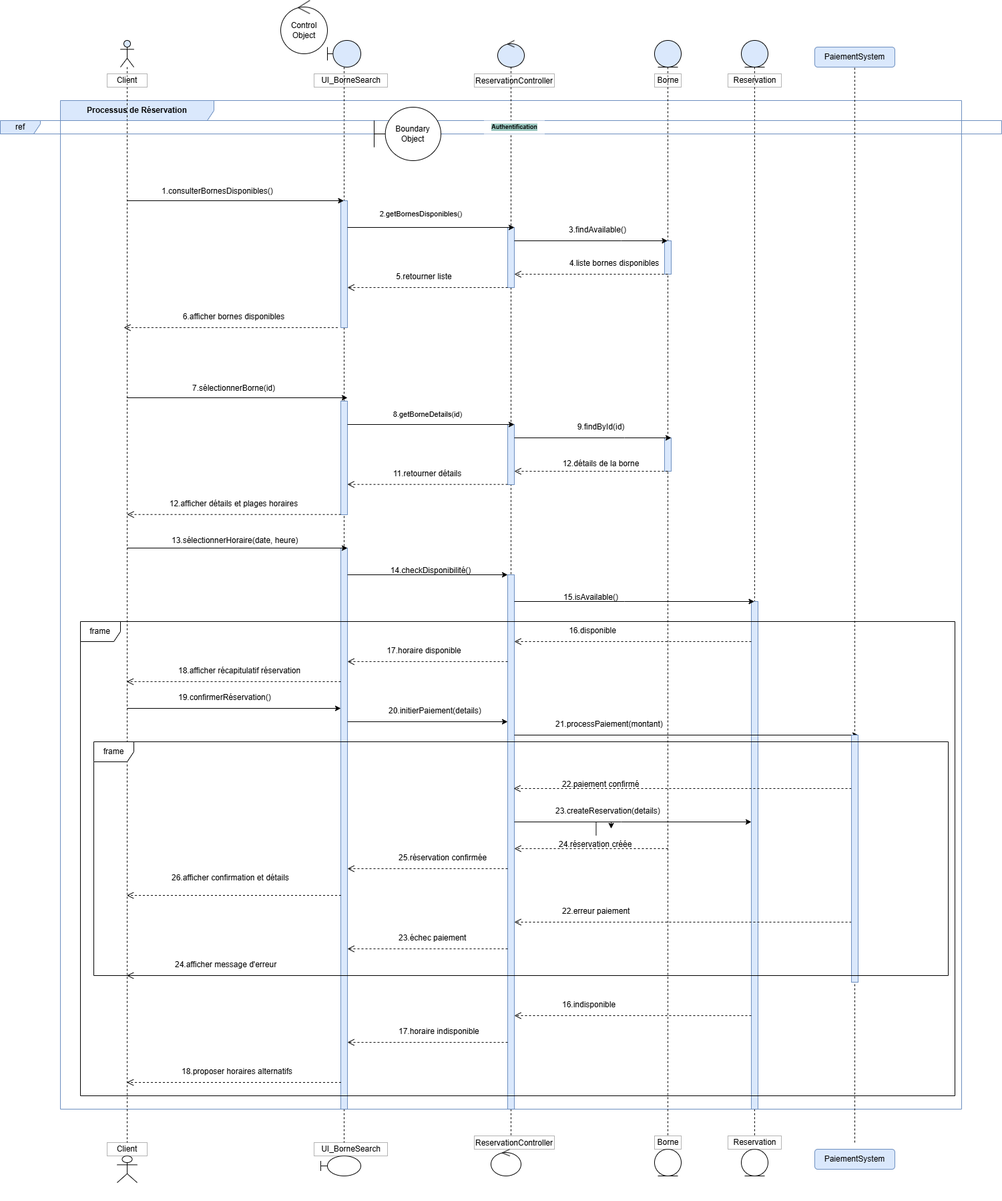
The draw.io diagram Diag seq reservation borne.drawio.png in achreffakraoui/Projet-uml, before a commit. Source tidied: cells renumbered, new cells last; positions are measured from the earlier drawing's top-left corner, leaving out a move shared by most shapes.
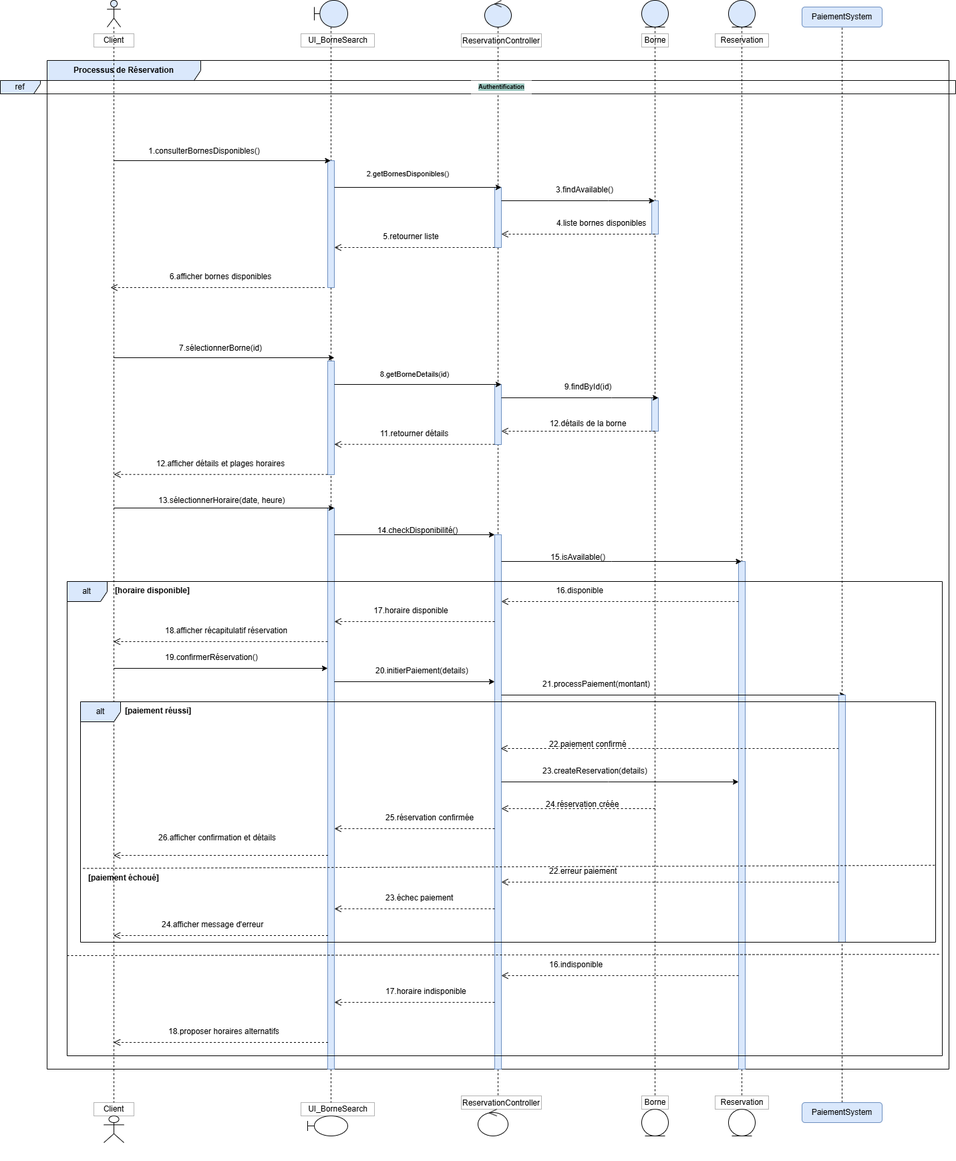
After the commit.

Commit message:
Mettre à jour Diag seq reservation borne.drawio.png

Diff of the diagram source:
```diff
@@ -2,7 +2,7 @@
   <root>
     <mxCell id="0" />
     <mxCell id="1" parent="0" />
-    <mxCell id="2" value="&lt;p&gt;&lt;b&gt;Processus de Réservation&lt;/b&gt;&lt;/p&gt;" style="shape=umlFrame;whiteSpace=wrap;html=1;fillColor=#dae8fc;strokeColor=#6c8ebf;width=230;height=30;" parent="1" vertex="1">
+    <mxCell id="2" value="&lt;p&gt;&lt;b&gt;Processus de Réservation&lt;/b&gt;&lt;/p&gt;" style="shape=umlFrame;whiteSpace=wrap;html=1;fillColor=#dae8fc;strokeColor=light-dark(#050505, #5c79a3);width=230;height=30;" parent="1" vertex="1">
       <mxGeometry x="90" y="150" width="1350" height="1510" as="geometry" />
     </mxCell>
     <mxCell id="3" style="shape=umlLifeline;perimeter=lifelinePerimeter;whiteSpace=wrap;html=1;outlineConnect=0;portConstraint=eastwest;newEdgeStyle={&quot;curved&quot;:0,&quot;rounded&quot;:0};participant=umlActor;fillColor=#dae8fc;strokeColor=default;" parent="1" vertex="1">
@@ -65,8 +65,8 @@
     <mxCell id="22" value="PaiementSystem" style="rounded=1;whiteSpace=wrap;fillColor=#dae8fc;strokeColor=#6c8ebf;" parent="1" vertex="1">
       <mxGeometry x="1220" y="70" width="120" height="30" as="geometry" />
     </mxCell>
-    <mxCell id="23" value="ref" style="shape=umlFrame;whiteSpace=wrap;html=1;fillColor=#dae8fc;strokeColor=#6c8ebf;" parent="1" vertex="1">
-      <mxGeometry y="180" width="1500" height="20" as="geometry" />
+    <mxCell id="23" value="ref" style="shape=umlFrame;whiteSpace=wrap;html=1;fillColor=#dae8fc;strokeColor=light-dark(#070808, #5c79a3);" parent="1" vertex="1">
+      <mxGeometry x="20" y="180" width="1430" height="20" as="geometry" />
     </mxCell>
     <mxCell id="24" value="Authentification" style="text;align=center;verticalAlign=middle;strokeColor=none;fillColor=default;gradientColor=none;rounded=0;glass=0;shadow=0;fontStyle=1;html=1;fontSize=9;labelBackgroundColor=#9AC7BF;" parent="1" vertex="1">
       <mxGeometry x="725" y="180" width="90" height="20" as="geometry" />
@@ -289,9 +289,6 @@
         <mxPoint x="10" as="offset" />
       </mxGeometry>
     </mxCell>
-    <mxCell id="70" style="edgeStyle=orthogonalEdgeStyle;rounded=0;jettySize=auto;html=1;" parent="1" edge="1" source="71" target="68">
-      <mxGeometry relative="1" as="geometry" />
-    </mxCell>
     <mxCell id="71" value="24.réservation créée" style="text;whiteSpace=wrap;html=1;" parent="1" vertex="1">
       <mxGeometry x="835" y="1250" width="115" height="40" as="geometry" />
     </mxCell>
@@ -373,7 +370,7 @@
     <mxCell id="87" value="18.proposer horaires alternatifs" style="text;whiteSpace=wrap;html=1;" parent="1" vertex="1">
       <mxGeometry x="270" y="1590" width="180" height="40" as="geometry" />
     </mxCell>
-    <mxCell id="88" value="frame" style="shape=umlFrame;whiteSpace=wrap;html=1;" parent="1" vertex="1">
+    <mxCell id="88" value="alt" style="shape=umlFrame;whiteSpace=wrap;html=1;fillColor=#dae8fc;strokeColor=default;" parent="1" vertex="1">
       <mxGeometry x="120" y="930" width="1310" height="710" as="geometry" />
     </mxCell>
     <mxCell id="89" style="endArrow=none;dashed=1;html=1;rounded=0;entryX=0.5;entryY=1;entryDx=0;entryDy=0;" parent="1" edge="1" source="91" target="22">
@@ -387,8 +384,8 @@
     <mxCell id="91" style="html=1;points=[[0,0,0,0,5],[0,1,0,0,-5],[1,0,0,0,5],[1,1,0,0,-5]];perimeter=orthogonalPerimeter;outlineConnect=0;targetShapes=umlLifeline;portConstraint=eastwest;newEdgeStyle={&quot;curved&quot;:0,&quot;rounded&quot;:0};fillColor=#dae8fc;strokeColor=#6c8ebf;" parent="1" vertex="1">
       <mxGeometry x="1275" y="1100" width="10" height="370" as="geometry" />
     </mxCell>
-    <mxCell id="92" value="frame" style="shape=umlFrame;whiteSpace=wrap;html=1;" parent="1" vertex="1">
-      <mxGeometry x="140" y="1110" width="1280" height="350" as="geometry" />
+    <mxCell id="92" value="alt" style="shape=umlFrame;whiteSpace=wrap;html=1;fillColor=#dae8fc;strokeColor=default;" parent="1" vertex="1">
+      <mxGeometry x="140" y="1110" width="1280" height="360" as="geometry" />
     </mxCell>
     <mxCell id="93" style="shape=umlActor;verticalLabelPosition=top;verticalAlign=bottom;labelPosition=center;align=center;whiteSpace=wrap;html=1;" parent="1" vertex="1">
       <mxGeometry x="175" y="1730" width="30" height="40" as="geometry" />
@@ -402,18 +399,12 @@
     <mxCell id="96" value="UI_BorneSearch" style="opacity=30;gradientColor=none;fillColor=default;fillStyle=auto;rounded=0;html=1;" parent="1" vertex="1">
       <mxGeometry x="470" y="1710" width="110" height="20" as="geometry" />
     </mxCell>
-    <mxCell id="97" value="Control Object" style="ellipse;shape=umlControl;whiteSpace=wrap;html=1;" parent="1" vertex="1">
-      <mxGeometry x="420" width="70" height="80" as="geometry" />
-    </mxCell>
     <mxCell id="98" style="ellipse;shape=umlControl;whiteSpace=wrap;html=1;" parent="1" vertex="1">
       <mxGeometry x="735" y="1720" width="45" height="40" as="geometry" />
     </mxCell>
     <mxCell id="99" value="ReservationController" style="opacity=30;gradientColor=none;fillColor=default;fillStyle=auto;rounded=0;" parent="1" vertex="1">
       <mxGeometry x="710" y="1700" width="120" height="20" as="geometry" />
     </mxCell>
-    <mxCell id="100" value="Boundary Object" style="shape=umlBoundary;whiteSpace=wrap;html=1;" parent="1" vertex="1">
-      <mxGeometry x="560" y="160" width="100" height="80" as="geometry" />
-    </mxCell>
     <mxCell id="101" style="ellipse;shape=umlEntity;whiteSpace=wrap;html=1;" parent="1" vertex="1">
       <mxGeometry x="980" y="1720" width="40" height="40" as="geometry" />
     </mxCell>
@@ -427,7 +418,24 @@
       <mxGeometry x="1090" y="1700" width="80" height="20" as="geometry" />
     </mxCell>
     <mxCell id="105" value="PaiementSystem" style="rounded=1;whiteSpace=wrap;fillColor=#dae8fc;strokeColor=#6c8ebf;" parent="1" vertex="1">
-      <mxGeometry x="1220" y="1720" width="120" height="30" as="geometry" />
+      <mxGeometry x="1220" y="1710" width="120" height="30" as="geometry" />
     </mxCell>
+    <mxCell id="106" style="endArrow=none;dashed=1;html=1;rounded=0;exitX=0.003;exitY=0.693;exitDx=0;exitDy=0;exitPerimeter=0;entryX=0.999;entryY=0.68;entryDx=0;entryDy=0;entryPerimeter=0;" parent="1" edge="1" source="92" target="92">
+      <mxGeometry relative="1" as="geometry" />
+    </mxCell>
+    <mxCell id="107" value="[horaire disponible]" style="text;whiteSpace=wrap;html=1;fontStyle=1;" parent="1" vertex="1">
+      <mxGeometry x="190" y="930" width="130" height="40" as="geometry" />
+    </mxCell>
+    <mxCell id="108" value="[paiement réussi]" style="text;whiteSpace=wrap;html=1;fontStyle=1;" parent="1" vertex="1">
+      <mxGeometry x="205" y="1110" width="120" height="40" as="geometry" />
+    </mxCell>
+    <mxCell id="109" value="[paiement échoué]" style="text;whiteSpace=wrap;html=1;fontStyle=1;" parent="1" vertex="1">
+      <mxGeometry x="150" y="1360" width="130" height="40" as="geometry" />
+    </mxCell>
+    <mxCell id="110" style="endArrow=none;dashed=1;html=1;rounded=0;exitX=0.003;exitY=0.693;exitDx=0;exitDy=0;exitPerimeter=0;entryX=0.997;entryY=0.786;entryDx=0;entryDy=0;entryPerimeter=0;" parent="1" edge="1" target="88">
+      <mxGeometry relative="1" as="geometry">
+        <mxPoint x="120" y="1490" as="sourcePoint" />
+      </mxGeometry>
+    </mxCell>
   </root>
 </mxGraphModel>
```
